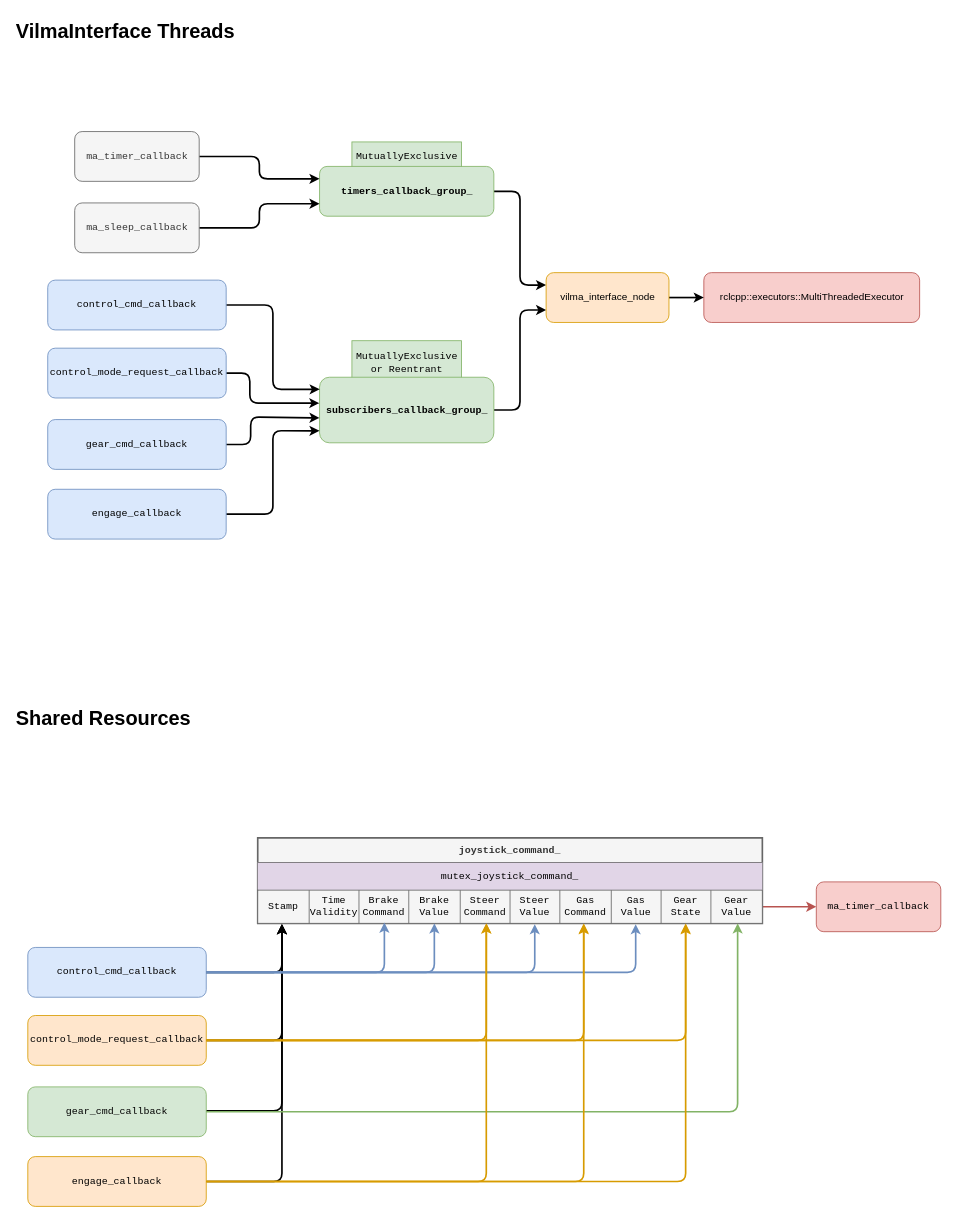
This is page "VilmaInterface Threads" (4 of 6) of docs/VILMA02_Vehicle_Interface.drawio from LMA-FEM-UNICAMP/vilma_interface, a draw.io file, before an edit. Source tidied: cells renumbered, new cells numbered last; positions are measured from the earlier drawing's top-left corner, leaving out a move shared by most shapes. Both pictures are drawn from the tidied source at 83%, with x=0, y=0 at pixel (14, 14).
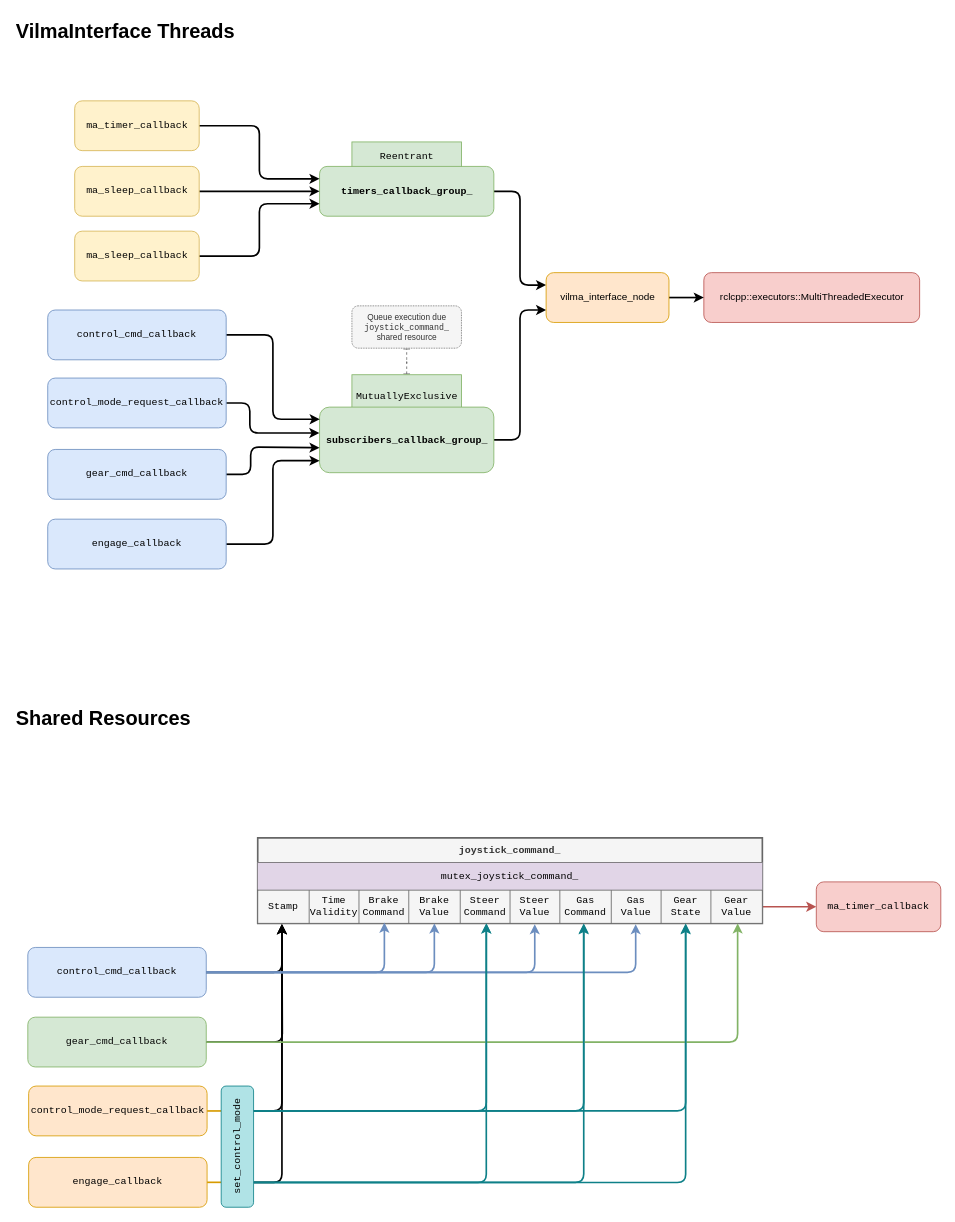
The same diagram, later.

The change refers to these unchanged cells:
```xml
<mxCell id="9" value="&lt;span style=&quot;font-family: &amp;quot;Courier New&amp;quot;; text-align: left;&quot;&gt;timers_callback_group_&lt;/span&gt;" style="rounded=1;whiteSpace=wrap;html=1;fillColor=#d5e8d4;strokeColor=#82b366;fontStyle=1;" parent="1" vertex="1">
  <mxGeometry x="367.5" y="183" width="210" height="60" as="geometry" />
</mxCell>
<mxCell id="30" style="shape=table;startSize=0;childLayout=tableLayout;rounded=0;swimlaneLine=1;fontFamily=Courier New;fillColor=#f5f5f5;fontColor=#333333;strokeColor=#666666;" parent="28" vertex="1">
  <mxGeometry y="63" width="608" height="40" as="geometry" />
</mxCell>
<mxCell id="31" style="shape=tableRow;horizontal=0;startSize=0;swimlaneHead=0;swimlaneBody=0;strokeColor=inherit;top=0;left=0;bottom=0;right=0;fillColor=none;points=[[0,0.5],[1,0.5]];portConstraint=eastwest;" parent="30" vertex="1">
  <mxGeometry width="608" height="40" as="geometry" />
</mxCell>
```

Change to the diagram source:
```diff
@@
+    <mxCell id="60" style="edgeStyle=orthogonalEdgeStyle;shape=connector;curved=0;rounded=1;jettySize=auto;html=1;exitX=1;exitY=0.5;exitDx=0;exitDy=0;strokeColor=#d79b00;strokeWidth=2;align=center;verticalAlign=middle;fontFamily=Helvetica;fontSize=11;fontColor=default;labelBackgroundColor=default;endArrow=none;startFill=0;fillColor=#ffe6cc;" parent="1" edge="1" source="44">
+      <mxGeometry relative="1" as="geometry">
+        <mxPoint x="249" y="1321" as="targetPoint" />
+      </mxGeometry>
+    </mxCell>
+    <mxCell id="61" style="edgeStyle=orthogonalEdgeStyle;shape=connector;curved=0;rounded=1;jettySize=auto;html=1;exitX=1;exitY=0.5;exitDx=0;exitDy=0;strokeColor=#d79b00;strokeWidth=2;align=center;verticalAlign=middle;fontFamily=Helvetica;fontSize=11;fontColor=default;labelBackgroundColor=default;endArrow=none;fillColor=#ffe6cc;startFill=0;" parent="1" edge="1" source="43">
+      <mxGeometry relative="1" as="geometry">
+        <mxPoint x="249" y="1407" as="targetPoint" />
+      </mxGeometry>
+    </mxCell>
-    <mxCell id="2" style="edgeStyle=orthogonalEdgeStyle;shape=connector;curved=0;rounded=1;jettySize=auto;html=1;entryX=0.048;entryY=1.025;entryDx=0;entryDy=0;entryPerimeter=0;strokeColor=default;strokeWidth=2;align=center;verticalAlign=middle;fontFamily=Helvetica;fontSize=11;fontColor=default;labelBackgroundColor=default;endArrow=classic;exitX=1;exitY=0.5;exitDx=0;exitDy=0;" parent="1" edge="1" source="44" target="31">
+    <mxCell id="2" style="edgeStyle=orthogonalEdgeStyle;shape=connector;curved=0;rounded=1;jettySize=auto;html=1;entryX=0.048;entryY=1.025;entryDx=0;entryDy=0;entryPerimeter=0;strokeColor=default;strokeWidth=2;align=center;verticalAlign=middle;fontFamily=Helvetica;fontSize=11;fontColor=default;labelBackgroundColor=default;endArrow=classic;exitX=0.795;exitY=0.992;exitDx=0;exitDy=0;exitPerimeter=0;" parent="1" edge="1" source="66" target="31">
       <mxGeometry relative="1" as="geometry" />
     </mxCell>
-    <mxCell id="3" style="edgeStyle=orthogonalEdgeStyle;shape=connector;curved=0;rounded=1;orthogonalLoop=1;jettySize=auto;html=1;exitX=1;exitY=0.5;exitDx=0;exitDy=0;strokeColor=default;strokeWidth=2;align=center;verticalAlign=middle;fontFamily=Helvetica;fontSize=11;fontColor=default;labelBackgroundColor=default;endArrow=classic;" parent="1" edge="1">
+    <mxCell id="3" style="shape=connector;rounded=1;jettySize=auto;html=1;strokeColor=default;strokeWidth=2;align=center;verticalAlign=middle;fontFamily=Helvetica;fontSize=11;fontColor=default;labelBackgroundColor=default;endArrow=classic;exitX=1;exitY=0.5;exitDx=0;exitDy=0;edgeStyle=orthogonalEdgeStyle;" parent="1" edge="1" source="42">
       <mxGeometry relative="1" as="geometry">
-        <mxPoint x="228" y="1320.7" as="sourcePoint" />
         <mxPoint x="322.2" y="1096" as="targetPoint" />
-        <Array as="points">
-          <mxPoint x="322" y="1321" />
-          <mxPoint x="322" y="1096" />
-        </Array>
       </mxGeometry>
     </mxCell>
-    <mxCell id="4" style="edgeStyle=orthogonalEdgeStyle;shape=connector;curved=0;rounded=1;jettySize=auto;html=1;exitX=1;exitY=0.5;exitDx=0;exitDy=0;entryX=0.048;entryY=1.026;entryDx=0;entryDy=0;entryPerimeter=0;strokeColor=default;strokeWidth=2;align=center;verticalAlign=middle;fontFamily=Helvetica;fontSize=11;fontColor=default;labelBackgroundColor=default;endArrow=classic;" parent="1" edge="1" source="43" target="30">
-      <mxGeometry relative="1" as="geometry">
-        <Array as="points">
-          <mxPoint x="322" y="1406" />
-        </Array>
-      </mxGeometry>
+    <mxCell id="4" style="shape=connector;rounded=1;jettySize=auto;html=1;exitX=0.205;exitY=1.003;exitDx=0;exitDy=0;entryX=0.048;entryY=1.026;entryDx=0;entryDy=0;entryPerimeter=0;strokeColor=default;strokeWidth=2;align=center;verticalAlign=middle;fontFamily=Helvetica;fontSize=11;fontColor=default;labelBackgroundColor=default;endArrow=classic;edgeStyle=orthogonalEdgeStyle;exitPerimeter=0;" parent="1" edge="1" source="66" target="30">
+      <mxGeometry relative="1" as="geometry" />
     </mxCell>
+    <mxCell id="62" style="edgeStyle=orthogonalEdgeStyle;shape=connector;curved=0;rounded=1;jettySize=auto;html=1;strokeColor=#666666;strokeWidth=1;align=center;verticalAlign=middle;fontFamily=Helvetica;fontSize=11;fontColor=default;labelBackgroundColor=default;endArrow=baseDash;fillColor=#f5f5f5;dashed=1;startArrow=baseDash;startFill=0;endFill=0;" parent="1" edge="1" source="5" target="65">
+      <mxGeometry relative="1" as="geometry" />
+    </mxCell>
-    <mxCell id="5" value="&lt;div style=&quot;text-align: left;&quot;&gt;&lt;span style=&quot;background-color: transparent; font-weight: normal;&quot;&gt;&lt;font face=&quot;Courier New&quot;&gt;MutuallyExclusive&lt;/font&gt;&lt;/span&gt;&lt;/div&gt;&lt;div style=&quot;&quot;&gt;&lt;font face=&quot;Courier New&quot;&gt;&lt;span style=&quot;font-weight: 400;&quot;&gt;or&amp;nbsp;&lt;/span&gt;&lt;/font&gt;&lt;span style=&quot;background-color: transparent; font-weight: 400;&quot;&gt;&lt;font face=&quot;Courier New&quot;&gt;Reentrant&lt;/font&gt;&lt;/span&gt;&lt;/div&gt;" style="rounded=0;whiteSpace=wrap;html=1;fillColor=#d5e8d4;strokeColor=#82b366;fontStyle=1;" parent="1" vertex="1">
-      <mxGeometry x="406.5" y="393" width="132" height="51" as="geometry" />
+    <mxCell id="5" value="&lt;div style=&quot;text-align: left;&quot;&gt;&lt;span style=&quot;background-color: transparent; font-weight: normal;&quot;&gt;&lt;font face=&quot;Courier New&quot;&gt;MutuallyExclusive&lt;/font&gt;&lt;/span&gt;&lt;/div&gt;" style="rounded=0;whiteSpace=wrap;html=1;fillColor=#d5e8d4;strokeColor=#82b366;fontStyle=1;perimeterSpacing=1;" parent="1" vertex="1">
+      <mxGeometry x="406.5" y="434" width="132" height="51" as="geometry" />
     </mxCell>
-    <mxCell id="6" value="&lt;div style=&quot;text-align: left;&quot;&gt;&lt;span style=&quot;background-color: transparent; font-weight: normal;&quot;&gt;&lt;font face=&quot;Courier New&quot;&gt;MutuallyExclusive&lt;/font&gt;&lt;/span&gt;&lt;/div&gt;" style="rounded=0;whiteSpace=wrap;html=1;fillColor=#d5e8d4;strokeColor=#82b366;fontStyle=1;" parent="1" vertex="1">
+    <mxCell id="6" value="&lt;div style=&quot;text-align: left;&quot;&gt;&lt;span style=&quot;background-color: transparent; font-weight: normal;&quot;&gt;&lt;font face=&quot;Courier New&quot;&gt;Reentrant&lt;/font&gt;&lt;/span&gt;&lt;/div&gt;" style="rounded=0;whiteSpace=wrap;html=1;fillColor=#d5e8d4;strokeColor=#82b366;fontStyle=1;" parent="1" vertex="1">
       <mxGeometry x="406.5" y="153.5" width="132" height="35" as="geometry" />
     </mxCell>
@@
     <mxCell id="11" value="&lt;span style=&quot;font-family: &amp;quot;Courier New&amp;quot;; text-align: left;&quot;&gt;subscribers_callback_group_&lt;/span&gt;" style="rounded=1;whiteSpace=wrap;html=1;fillColor=#d5e8d4;strokeColor=#82b366;fontStyle=1;" parent="1" vertex="1">
-      <mxGeometry x="367.5" y="437" width="210" height="79" as="geometry" />
+      <mxGeometry x="367.5" y="473" width="210" height="79" as="geometry" />
     </mxCell>
@@
-    <mxCell id="13" style="edgeStyle=orthogonalEdgeStyle;shape=connector;curved=0;rounded=1;jettySize=auto;html=1;entryX=0;entryY=0.75;entryDx=0;entryDy=0;strokeColor=default;strokeWidth=2;align=center;verticalAlign=middle;fontFamily=Helvetica;fontSize=11;fontColor=default;labelBackgroundColor=default;endArrow=classic;" parent="1" edge="1" source="14" target="9">
+    <mxCell id="13" style="edgeStyle=orthogonalEdgeStyle;shape=connector;curved=0;rounded=1;jettySize=auto;html=1;entryX=0;entryY=0.5;entryDx=0;entryDy=0;strokeColor=default;strokeWidth=2;align=center;verticalAlign=middle;fontFamily=Helvetica;fontSize=11;fontColor=default;labelBackgroundColor=default;endArrow=classic;" parent="1" edge="1" source="14" target="9">
       <mxGeometry relative="1" as="geometry" />
     </mxCell>
-    <mxCell id="14" value="&lt;span style=&quot;font-family: &amp;quot;Courier New&amp;quot;; font-size: 12px; text-align: left;&quot;&gt;ma_sleep_callback&lt;/span&gt;" style="rounded=1;whiteSpace=wrap;html=1;fontFamily=Helvetica;fontSize=11;labelBackgroundColor=none;fillColor=#f5f5f5;strokeColor=#666666;fontColor=#333333;" parent="1" vertex="1">
-      <mxGeometry x="72.5" y="227" width="150" height="60" as="geometry" />
+    <mxCell id="14" value="&lt;span style=&quot;font-family: &amp;quot;Courier New&amp;quot;; font-size: 12px; text-align: left;&quot;&gt;ma_sleep_callback&lt;/span&gt;" style="rounded=1;whiteSpace=wrap;html=1;fontFamily=Helvetica;fontSize=11;labelBackgroundColor=none;fillColor=#fff2cc;strokeColor=#d6b656;" parent="1" vertex="1">
+      <mxGeometry x="72.5" y="183" width="150" height="60" as="geometry" />
     </mxCell>
@@
-    <mxCell id="16" value="&lt;span style=&quot;font-family: &amp;quot;Courier New&amp;quot;; font-size: 12px; text-align: left;&quot;&gt;ma_timer_callback&lt;/span&gt;" style="rounded=1;whiteSpace=wrap;html=1;fontFamily=Helvetica;fontSize=11;labelBackgroundColor=none;fillColor=#f5f5f5;strokeColor=#666666;fontColor=#333333;" parent="1" vertex="1">
-      <mxGeometry x="72.5" y="141" width="150" height="60" as="geometry" />
+    <mxCell id="16" value="&lt;span style=&quot;font-family: &amp;quot;Courier New&amp;quot;; font-size: 12px; text-align: left;&quot;&gt;ma_timer_callback&lt;/span&gt;" style="rounded=1;whiteSpace=wrap;html=1;fontFamily=Helvetica;fontSize=11;labelBackgroundColor=none;fillColor=#fff2cc;strokeColor=#d6b656;" parent="1" vertex="1">
+      <mxGeometry x="72.5" y="104" width="150" height="60" as="geometry" />
     </mxCell>
     <mxCell id="17" style="edgeStyle=orthogonalEdgeStyle;shape=connector;curved=0;rounded=1;jettySize=auto;html=1;strokeColor=default;strokeWidth=2;align=center;verticalAlign=middle;fontFamily=Helvetica;fontSize=11;fontColor=default;labelBackgroundColor=default;endArrow=classic;exitX=1;exitY=0.5;exitDx=0;exitDy=0;entryX=0;entryY=0.62;entryDx=0;entryDy=0;entryPerimeter=0;" parent="1" edge="1" source="18" target="11">
       <mxGeometry relative="1" as="geometry">
         <Array as="points">
-          <mxPoint x="284.5" y="518" />
-          <mxPoint x="284.5" y="485" />
+          <mxPoint x="284.5" y="554" />
+          <mxPoint x="284.5" y="521" />
         </Array>
       </mxGeometry>
     </mxCell>
     <mxCell id="18" value="&lt;span style=&quot;font-family: &amp;quot;Courier New&amp;quot;; font-size: 12px; text-align: left;&quot;&gt;gear_cmd_callback&lt;/span&gt;" style="rounded=1;whiteSpace=wrap;html=1;fontFamily=Helvetica;fontSize=11;labelBackgroundColor=none;fillColor=#dae8fc;strokeColor=#6c8ebf;" parent="1" vertex="1">
-      <mxGeometry x="40" y="488" width="215" height="60" as="geometry" />
+      <mxGeometry x="40" y="524" width="215" height="60" as="geometry" />
     </mxCell>
@@
     <mxCell id="20" value="&lt;span style=&quot;font-family: &amp;quot;Courier New&amp;quot;; font-size: 12px; text-align: left;&quot;&gt;engage_callback&lt;/span&gt;" style="rounded=1;whiteSpace=wrap;html=1;fontFamily=Helvetica;fontSize=11;labelBackgroundColor=none;fillColor=#dae8fc;strokeColor=#6c8ebf;" parent="1" vertex="1">
-      <mxGeometry x="40" y="572" width="215" height="60" as="geometry" />
+      <mxGeometry x="40" y="608" width="215" height="60" as="geometry" />
     </mxCell>
     <mxCell id="21" style="edgeStyle=orthogonalEdgeStyle;shape=connector;curved=0;rounded=1;jettySize=auto;html=1;entryX=-0.001;entryY=0.395;entryDx=0;entryDy=0;strokeColor=default;strokeWidth=2;align=center;verticalAlign=middle;fontFamily=Helvetica;fontSize=11;fontColor=default;labelBackgroundColor=default;endArrow=classic;entryPerimeter=0;exitX=1;exitY=0.5;exitDx=0;exitDy=0;" parent="1" edge="1" source="22" target="11">
       <mxGeometry relative="1" as="geometry">
         <Array as="points">
-          <mxPoint x="283.5" y="432" />
           <mxPoint x="283.5" y="468" />
+          <mxPoint x="283.5" y="504" />
         </Array>
       </mxGeometry>
     </mxCell>
     <mxCell id="22" value="&lt;span style=&quot;font-family: &amp;quot;Courier New&amp;quot;; font-size: 12px; text-align: left;&quot;&gt;control_mode_request_callback&lt;/span&gt;" style="rounded=1;whiteSpace=wrap;html=1;fontFamily=Helvetica;fontSize=11;labelBackgroundColor=none;fillColor=#dae8fc;strokeColor=#6c8ebf;" parent="1" vertex="1">
-      <mxGeometry x="40" y="402" width="215" height="60" as="geometry" />
+      <mxGeometry x="40" y="438" width="215" height="60" as="geometry" />
     </mxCell>
@@
     <mxCell id="24" value="&lt;span style=&quot;font-family: &amp;quot;Courier New&amp;quot;; font-size: 12px; text-align: left;&quot;&gt;control_cmd_callback&lt;/span&gt;" style="rounded=1;whiteSpace=wrap;html=1;fontFamily=Helvetica;fontSize=11;labelBackgroundColor=none;fillColor=#dae8fc;strokeColor=#6c8ebf;" parent="1" vertex="1">
-      <mxGeometry x="40" y="320" width="215" height="60" as="geometry" />
+      <mxGeometry x="40" y="356" width="215" height="60" as="geometry" />
     </mxCell>
@@
     <mxCell id="42" value="&lt;span style=&quot;font-family: &amp;quot;Courier New&amp;quot;; font-size: 12px; text-align: left;&quot;&gt;gear_cmd_callback&lt;/span&gt;" style="rounded=1;whiteSpace=wrap;html=1;fontFamily=Helvetica;fontSize=11;labelBackgroundColor=none;fillColor=#d5e8d4;strokeColor=#82b366;" parent="1" vertex="1">
-      <mxGeometry x="16" y="1292" width="215" height="60" as="geometry" />
+      <mxGeometry x="16" y="1208" width="215" height="60" as="geometry" />
     </mxCell>
     <mxCell id="43" value="&lt;span style=&quot;font-family: &amp;quot;Courier New&amp;quot;; font-size: 12px; text-align: left;&quot;&gt;engage_callback&lt;/span&gt;" style="rounded=1;whiteSpace=wrap;html=1;fontFamily=Helvetica;fontSize=11;labelBackgroundColor=none;fillColor=#ffe6cc;strokeColor=#d79b00;" parent="1" vertex="1">
-      <mxGeometry x="16" y="1376" width="215" height="60" as="geometry" />
+      <mxGeometry x="17" y="1377" width="215" height="60" as="geometry" />
     </mxCell>
     <mxCell id="44" value="&lt;span style=&quot;font-family: &amp;quot;Courier New&amp;quot;; font-size: 12px; text-align: left;&quot;&gt;control_mode_request_callback&lt;/span&gt;" style="rounded=1;whiteSpace=wrap;html=1;fontFamily=Helvetica;fontSize=11;labelBackgroundColor=none;fillColor=#ffe6cc;strokeColor=#d79b00;" parent="1" vertex="1">
-      <mxGeometry x="16" y="1206" width="215" height="60" as="geometry" />
+      <mxGeometry x="17" y="1291" width="215" height="60" as="geometry" />
     </mxCell>
@@
-    <mxCell id="51" style="edgeStyle=orthogonalEdgeStyle;shape=connector;curved=0;rounded=1;jettySize=auto;html=1;exitX=1;exitY=0.5;exitDx=0;exitDy=0;entryX=0.453;entryY=1;entryDx=0;entryDy=0;entryPerimeter=0;strokeColor=#d79b00;strokeWidth=2;align=center;verticalAlign=middle;fontFamily=Helvetica;fontSize=11;fontColor=default;labelBackgroundColor=default;endArrow=classic;fillColor=#ffe6cc;" parent="1" edge="1" source="44" target="31">
+    <mxCell id="51" style="edgeStyle=orthogonalEdgeStyle;shape=connector;curved=0;rounded=1;jettySize=auto;html=1;exitX=0.795;exitY=1.005;exitDx=0;exitDy=0;entryX=0.453;entryY=1;entryDx=0;entryDy=0;entryPerimeter=0;strokeColor=#0e8088;strokeWidth=2;align=center;verticalAlign=middle;fontFamily=Helvetica;fontSize=11;fontColor=default;labelBackgroundColor=default;endArrow=classic;fillColor=#b0e3e6;exitPerimeter=0;" parent="1" edge="1" source="66" target="31">
       <mxGeometry relative="1" as="geometry" />
     </mxCell>
-    <mxCell id="52" style="edgeStyle=orthogonalEdgeStyle;shape=connector;curved=0;rounded=1;jettySize=auto;html=1;exitX=1;exitY=0.5;exitDx=0;exitDy=0;entryX=0.646;entryY=1.025;entryDx=0;entryDy=0;entryPerimeter=0;strokeColor=#d79b00;strokeWidth=2;align=center;verticalAlign=middle;fontFamily=Helvetica;fontSize=11;fontColor=default;labelBackgroundColor=default;endArrow=classic;fillColor=#ffe6cc;" parent="1" edge="1" source="44" target="31">
+    <mxCell id="52" style="edgeStyle=orthogonalEdgeStyle;shape=connector;curved=0;rounded=1;jettySize=auto;html=1;exitX=0.795;exitY=0.999;exitDx=0;exitDy=0;entryX=0.646;entryY=1.025;entryDx=0;entryDy=0;entryPerimeter=0;strokeColor=#0e8088;strokeWidth=2;align=center;verticalAlign=middle;fontFamily=Helvetica;fontSize=11;fontColor=default;labelBackgroundColor=default;endArrow=classic;fillColor=#b0e3e6;exitPerimeter=0;" parent="1" edge="1" source="66" target="31">
       <mxGeometry relative="1" as="geometry" />
     </mxCell>
-    <mxCell id="53" style="edgeStyle=orthogonalEdgeStyle;shape=connector;curved=0;rounded=1;jettySize=auto;html=1;exitX=1;exitY=0.5;exitDx=0;exitDy=0;entryX=0.848;entryY=1.025;entryDx=0;entryDy=0;entryPerimeter=0;strokeColor=#d79b00;strokeWidth=2;align=center;verticalAlign=middle;fontFamily=Helvetica;fontSize=11;fontColor=default;labelBackgroundColor=default;endArrow=classic;fillColor=#ffe6cc;" parent="1" edge="1" source="44" target="31">
+    <mxCell id="53" style="edgeStyle=orthogonalEdgeStyle;shape=connector;curved=0;rounded=1;jettySize=auto;html=1;exitX=0.795;exitY=1.022;exitDx=0;exitDy=0;entryX=0.848;entryY=1.025;entryDx=0;entryDy=0;entryPerimeter=0;strokeColor=#0e8088;strokeWidth=2;align=center;verticalAlign=middle;fontFamily=Helvetica;fontSize=11;fontColor=default;labelBackgroundColor=default;endArrow=classic;fillColor=#b0e3e6;exitPerimeter=0;" parent="1" edge="1" source="66" target="31">
       <mxGeometry relative="1" as="geometry" />
     </mxCell>
@@
-    <mxCell id="55" style="edgeStyle=orthogonalEdgeStyle;shape=connector;curved=0;rounded=1;jettySize=auto;html=1;exitX=1;exitY=0.5;exitDx=0;exitDy=0;entryX=0.453;entryY=1;entryDx=0;entryDy=0;entryPerimeter=0;strokeColor=#d79b00;strokeWidth=2;align=center;verticalAlign=middle;fontFamily=Helvetica;fontSize=11;fontColor=default;labelBackgroundColor=default;endArrow=classic;fillColor=#ffe6cc;" parent="1" edge="1" source="43" target="31">
+    <mxCell id="55" style="edgeStyle=orthogonalEdgeStyle;shape=connector;curved=0;rounded=1;jettySize=auto;html=1;exitX=0.204;exitY=1.011;exitDx=0;exitDy=0;entryX=0.453;entryY=1;entryDx=0;entryDy=0;entryPerimeter=0;strokeColor=#0e8088;strokeWidth=2;align=center;verticalAlign=middle;fontFamily=Helvetica;fontSize=11;fontColor=default;labelBackgroundColor=default;endArrow=classic;fillColor=#b0e3e6;exitPerimeter=0;" parent="1" edge="1" source="66" target="31">
       <mxGeometry relative="1" as="geometry" />
     </mxCell>
-    <mxCell id="56" style="edgeStyle=orthogonalEdgeStyle;shape=connector;curved=0;rounded=1;jettySize=auto;html=1;exitX=1;exitY=0.5;exitDx=0;exitDy=0;entryX=0.646;entryY=1;entryDx=0;entryDy=0;entryPerimeter=0;strokeColor=#d79b00;strokeWidth=2;align=center;verticalAlign=middle;fontFamily=Helvetica;fontSize=11;fontColor=default;labelBackgroundColor=default;endArrow=classic;fillColor=#ffe6cc;" parent="1" edge="1" source="43" target="31">
+    <mxCell id="56" style="edgeStyle=orthogonalEdgeStyle;shape=connector;curved=0;rounded=1;jettySize=auto;html=1;exitX=0.205;exitY=1.011;exitDx=0;exitDy=0;entryX=0.646;entryY=1;entryDx=0;entryDy=0;entryPerimeter=0;strokeColor=#0e8088;strokeWidth=2;align=center;verticalAlign=middle;fontFamily=Helvetica;fontSize=11;fontColor=default;labelBackgroundColor=default;endArrow=classic;fillColor=#b0e3e6;exitPerimeter=0;" parent="1" edge="1" source="66" target="31">
       <mxGeometry relative="1" as="geometry" />
     </mxCell>
-    <mxCell id="57" style="edgeStyle=orthogonalEdgeStyle;shape=connector;curved=0;rounded=1;jettySize=auto;html=1;exitX=1;exitY=0.5;exitDx=0;exitDy=0;entryX=0.848;entryY=1;entryDx=0;entryDy=0;entryPerimeter=0;strokeColor=#d79b00;strokeWidth=2;align=center;verticalAlign=middle;fontFamily=Helvetica;fontSize=11;fontColor=default;labelBackgroundColor=default;endArrow=classic;fillColor=#ffe6cc;" parent="1" edge="1" source="43" target="31">
+    <mxCell id="57" style="edgeStyle=orthogonalEdgeStyle;shape=connector;curved=0;rounded=1;jettySize=auto;html=1;exitX=0.204;exitY=1.003;exitDx=0;exitDy=0;entryX=0.848;entryY=1;entryDx=0;entryDy=0;entryPerimeter=0;strokeColor=#0e8088;strokeWidth=2;align=center;verticalAlign=middle;fontFamily=Helvetica;fontSize=11;fontColor=default;labelBackgroundColor=default;endArrow=classic;fillColor=#b0e3e6;exitPerimeter=0;" parent="1" edge="1" source="66" target="31">
       <mxGeometry relative="1" as="geometry" />
     </mxCell>
@@
+    <mxCell id="63" style="edgeStyle=orthogonalEdgeStyle;shape=connector;curved=0;rounded=1;jettySize=auto;html=1;exitX=1;exitY=0.5;exitDx=0;exitDy=0;entryX=0;entryY=0.75;entryDx=0;entryDy=0;strokeColor=default;strokeWidth=2;align=center;verticalAlign=middle;fontFamily=Helvetica;fontSize=11;fontColor=default;labelBackgroundColor=default;endArrow=classic;" parent="1" edge="1" source="64" target="9">
+      <mxGeometry relative="1" as="geometry" />
+    </mxCell>
+    <mxCell id="64" value="&lt;span style=&quot;font-family: &amp;quot;Courier New&amp;quot;; font-size: 12px; text-align: left;&quot;&gt;ma_sleep_callback&lt;/span&gt;" style="rounded=1;whiteSpace=wrap;html=1;fontFamily=Helvetica;fontSize=11;labelBackgroundColor=none;fillColor=#fff2cc;strokeColor=#d6b656;" parent="1" vertex="1">
+      <mxGeometry x="72.5" y="261" width="150" height="60" as="geometry" />
+    </mxCell>
+    <mxCell id="65" value="&lt;div&gt;&lt;span style=&quot;background-color: transparent; font-weight: normal;&quot;&gt;&lt;font&gt;Queue execution due &lt;font face=&quot;Courier New&quot;&gt;joystick_command_&lt;/font&gt; shared resource&lt;/font&gt;&lt;/span&gt;&lt;/div&gt;" style="rounded=1;whiteSpace=wrap;html=1;fillColor=#f5f5f5;strokeColor=#666666;fontStyle=1;align=center;fontSize=10;fontFamily=Helvetica;glass=0;dashed=1;perimeterSpacing=1;dashPattern=1 1;fontColor=#333333;" parent="1" vertex="1">
+      <mxGeometry x="406.5" y="351" width="132" height="51" as="geometry" />
+    </mxCell>
+    <mxCell id="66" value="&lt;div style=&quot;text-align: left;&quot;&gt;&lt;span style=&quot;background-color: transparent; font-size: 12px;&quot;&gt;&lt;font face=&quot;Courier New&quot;&gt;set_control_mode&lt;/font&gt;&lt;/span&gt;&lt;/div&gt;" style="rounded=1;whiteSpace=wrap;html=1;fontFamily=Helvetica;fontSize=11;labelBackgroundColor=none;fillColor=#b0e3e6;strokeColor=#0e8088;rotation=-90;" parent="1" vertex="1">
+      <mxGeometry x="195.5" y="1344.5" width="146" height="39" as="geometry" />
+    </mxCell>
```
